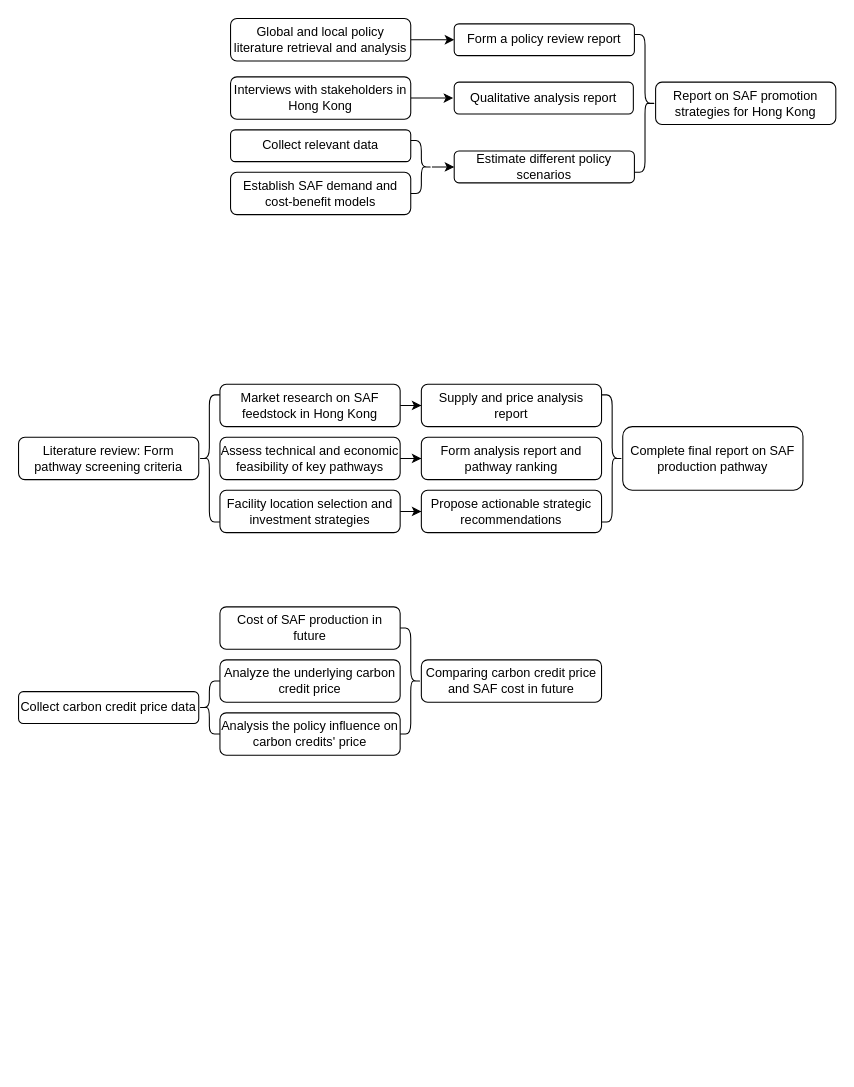
Earlier version of the draw.io diagram PPR research steps.drawio (HengfeiMa95/paper-reading). Source tidied: cells renumbered, new cells numbered last; positions are measured from the earlier drawing's top-left corner, leaving out a move shared by most shapes. Both pictures are drawn from the tidied source at 106%, with x=0, y=0 at pixel (18, 18).
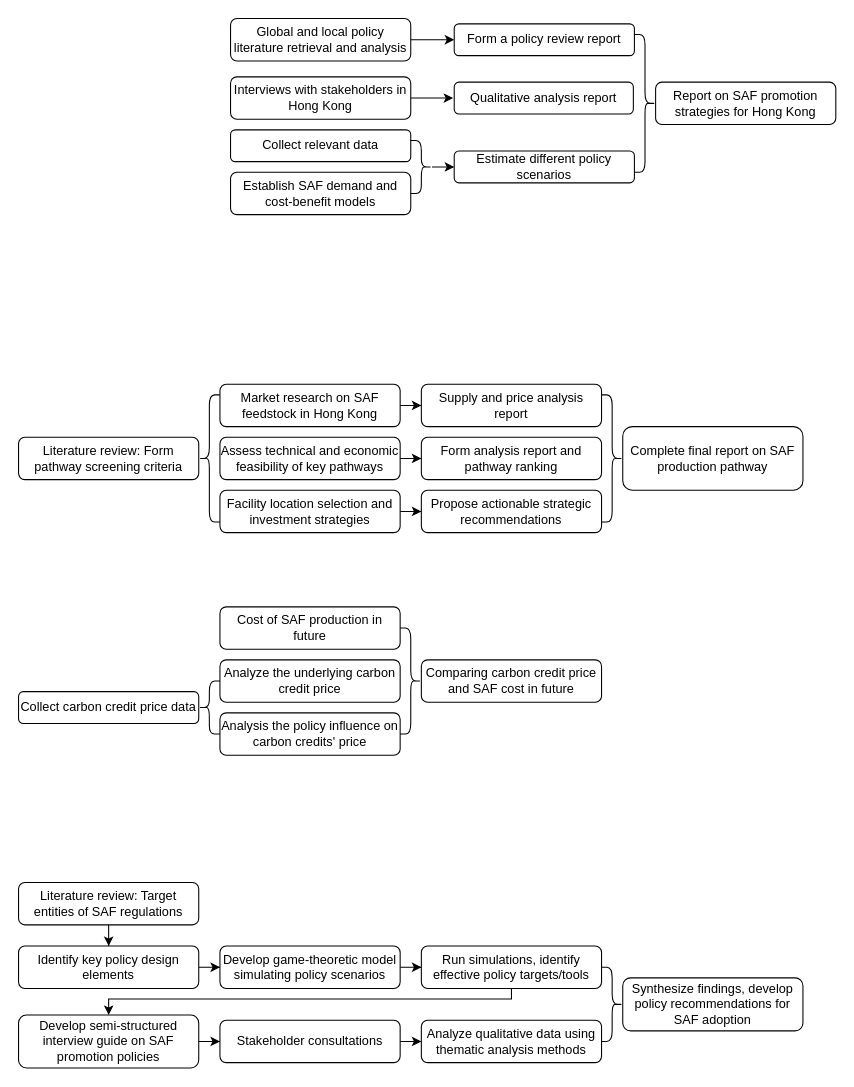
The same page after the edit.

Diff of the diagram source:
```diff
@@
+    <mxCell id="35" style="edgeStyle=orthogonalEdgeStyle;rounded=0;jettySize=auto;html=1;entryX=0.5;entryY=0;entryDx=0;entryDy=0;" parent="1" edge="1" source="36" target="40">
+      <mxGeometry relative="1" as="geometry" />
+    </mxCell>
+    <mxCell id="36" value="Literature review: Target entities of SAF regulations" style="rounded=1;whiteSpace=wrap;html=1;" parent="1" vertex="1">
+      <mxGeometry y="815" width="170" height="40" as="geometry" />
+    </mxCell>
+    <mxCell id="37" style="edgeStyle=orthogonalEdgeStyle;rounded=0;jettySize=auto;html=1;entryX=0;entryY=0.5;entryDx=0;entryDy=0;" parent="1" edge="1" source="38" target="47">
+      <mxGeometry relative="1" as="geometry" />
+    </mxCell>
+    <mxCell id="38" value="Stakeholder consultations" style="rounded=1;whiteSpace=wrap;html=1;" parent="1" vertex="1">
+      <mxGeometry x="190" y="945" width="170" height="40" as="geometry" />
+    </mxCell>
+    <mxCell id="39" style="edgeStyle=orthogonalEdgeStyle;rounded=0;jettySize=auto;html=1;entryX=0;entryY=0.5;entryDx=0;entryDy=0;" parent="1" edge="1" source="40" target="42">
+      <mxGeometry relative="1" as="geometry" />
+    </mxCell>
+    <mxCell id="40" value="Identify key policy design elements" style="rounded=1;whiteSpace=wrap;html=1;" parent="1" vertex="1">
+      <mxGeometry y="875" width="170" height="40" as="geometry" />
+    </mxCell>
+    <mxCell id="41" style="edgeStyle=orthogonalEdgeStyle;rounded=0;jettySize=auto;html=1;entryX=0;entryY=0.5;entryDx=0;entryDy=0;" parent="1" edge="1" source="42" target="44">
+      <mxGeometry relative="1" as="geometry" />
+    </mxCell>
+    <mxCell id="42" value="Develop game-theoretic model simulating policy scenarios" style="rounded=1;whiteSpace=wrap;html=1;" parent="1" vertex="1">
+      <mxGeometry x="190" y="875" width="170" height="40" as="geometry" />
+    </mxCell>
+    <mxCell id="43" style="edgeStyle=orthogonalEdgeStyle;rounded=0;jettySize=auto;html=1;entryX=0.5;entryY=0;entryDx=0;entryDy=0;" parent="1" edge="1" source="44" target="46">
+      <mxGeometry relative="1" as="geometry">
+        <Array as="points">
+          <mxPoint x="465" y="925" />
+          <mxPoint x="85" y="925" />
+        </Array>
+      </mxGeometry>
+    </mxCell>
+    <mxCell id="44" value="Run simulations, identify effective policy targets/tools" style="rounded=1;whiteSpace=wrap;html=1;" parent="1" vertex="1">
+      <mxGeometry x="380" y="875" width="170" height="40" as="geometry" />
+    </mxCell>
+    <mxCell id="45" style="edgeStyle=orthogonalEdgeStyle;rounded=0;jettySize=auto;html=1;entryX=0;entryY=0.5;entryDx=0;entryDy=0;" parent="1" edge="1" source="46" target="38">
+      <mxGeometry relative="1" as="geometry" />
+    </mxCell>
+    <mxCell id="46" value="Develop semi-structured interview guide on SAF promotion policies" style="rounded=1;whiteSpace=wrap;html=1;" parent="1" vertex="1">
+      <mxGeometry y="940" width="170" height="50" as="geometry" />
+    </mxCell>
+    <mxCell id="47" value="Analyze qualitative data using thematic analysis methods" style="rounded=1;whiteSpace=wrap;html=1;" parent="1" vertex="1">
+      <mxGeometry x="380" y="945" width="170" height="40" as="geometry" />
+    </mxCell>
+    <mxCell id="48" value="Synthesize findings, develop policy recommendations for SAF adoption" style="rounded=1;whiteSpace=wrap;html=1;" parent="1" vertex="1">
+      <mxGeometry x="570" y="905" width="170" height="50" as="geometry" />
+    </mxCell>
+    <mxCell id="49" style="shape=curlyBracket;whiteSpace=wrap;html=1;rounded=1;flipH=1;labelPosition=right;verticalLabelPosition=middle;align=left;verticalAlign=middle;" parent="1" vertex="1">
+      <mxGeometry x="550" y="895" width="20" height="70" as="geometry" />
+    </mxCell>
```
